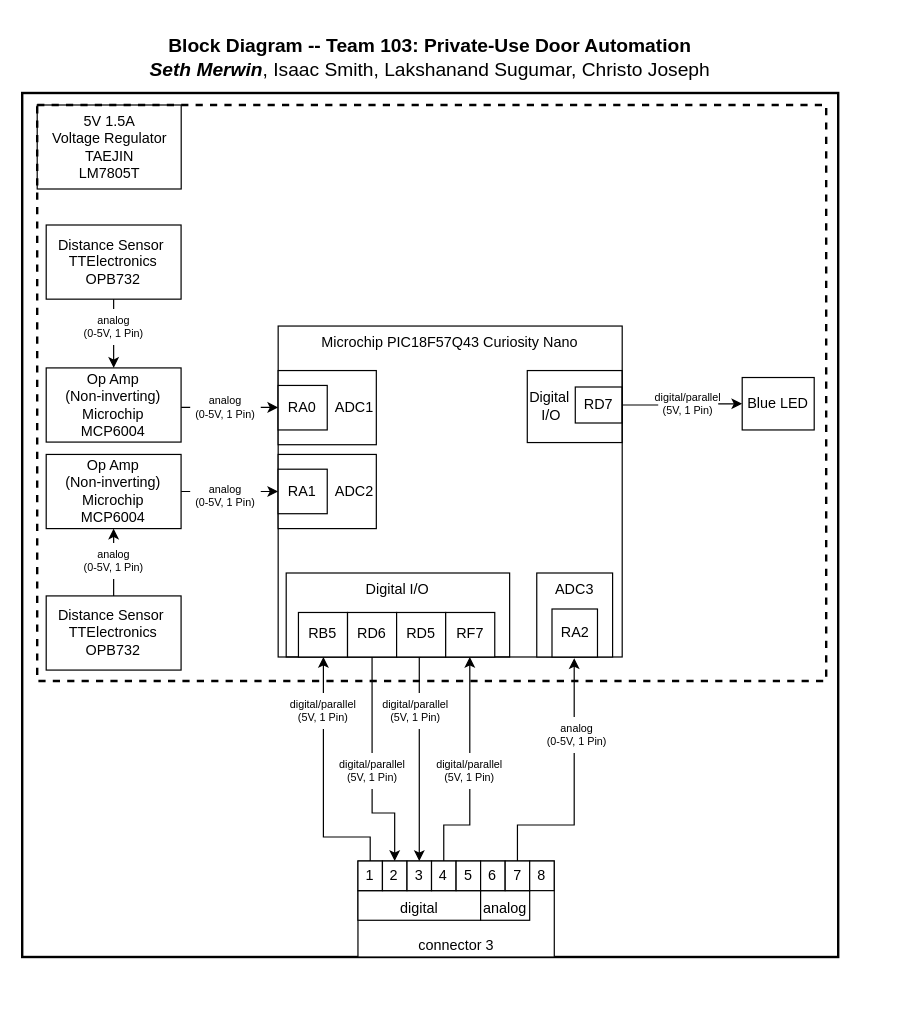
This is docs/01-Block-Diagram/Distance_Sensing Subsystem Block Diagram.drawio from samerwin1/samerwin1.github.io, a draw.io file, before an edit. Source tidied: cells renumbered, new cells numbered last; positions are measured from the earlier drawing's top-left corner, leaving out a move shared by most shapes. Both pictures are drawn from the tidied source at 120%, with x=0, y=0 at pixel (22, 20).
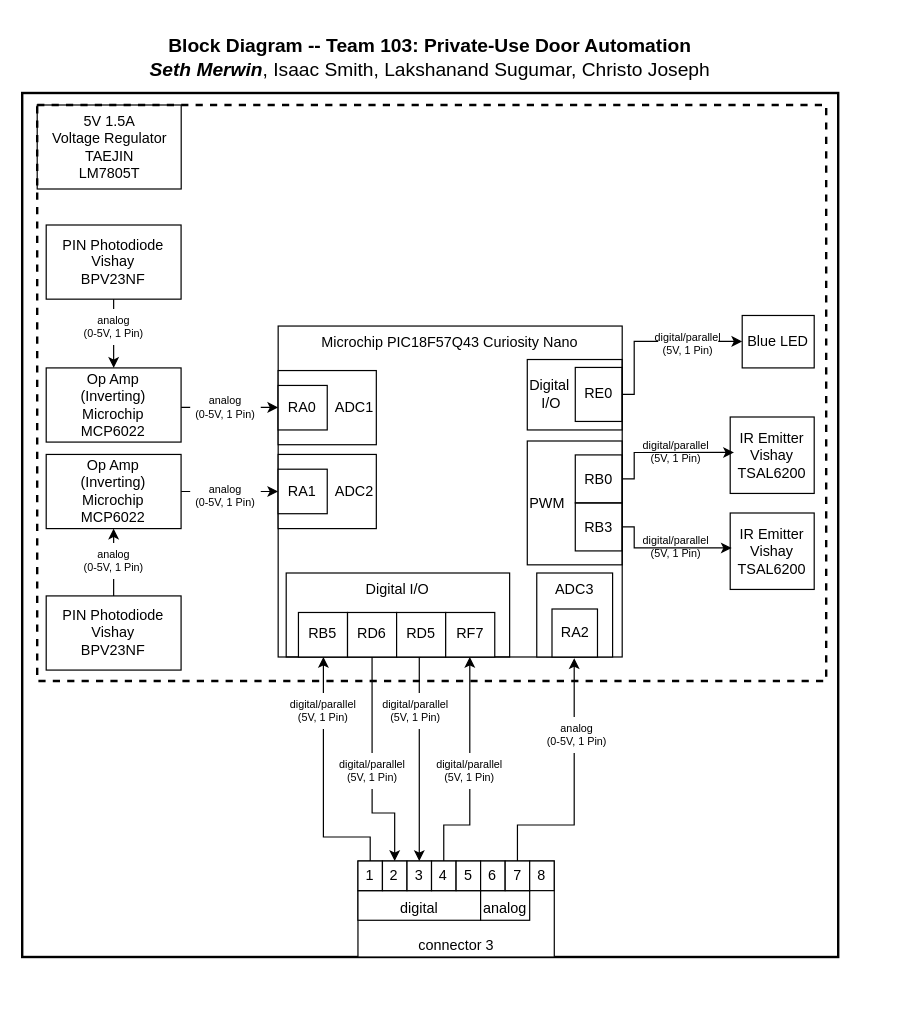
The same page after the edit.

Commit message (it also covers changes not shown here):
Updated Block Diagram due to new component selection

The change refers to these unchanged cells:
```xml
<mxCell id="4" style="group;align=center;strokeColor=none;" parent="1" vertex="1">
  <mxGeometry x="60" y="180" width="670" height="640" as="geometry" />
</mxCell>
```

What changed in the source:
```diff
@@
-    <mxCell id="17" value="&lt;div&gt;Op Amp&lt;/div&gt;&lt;div&gt;(Non-inverting)&lt;/div&gt;&lt;div&gt;Microchip&lt;/div&gt;&lt;div&gt;MCP6004&lt;/div&gt;" style="rounded=0;whiteSpace=wrap;html=1;" parent="4" vertex="1">
+    <mxCell id="17" value="&lt;div&gt;Op Amp&lt;/div&gt;&lt;div&gt;&lt;span style=&quot;background-color: transparent; color: light-dark(rgb(0, 0, 0), rgb(255, 255, 255));&quot;&gt;(Inverting)&lt;/span&gt;&lt;/div&gt;&lt;div&gt;&lt;span style=&quot;background-color: transparent; color: light-dark(rgb(0, 0, 0), rgb(255, 255, 255));&quot;&gt;Microchip&lt;/span&gt;&lt;/div&gt;&lt;div&gt;MCP6022&lt;/div&gt;" style="rounded=0;whiteSpace=wrap;html=1;" parent="4" vertex="1">
       <mxGeometry x="-40" y="109.1" width="112.4" height="61.8" as="geometry" />
     </mxCell>
@@
-    <mxCell id="33" value="&lt;div&gt;Op Amp&lt;/div&gt;&lt;div&gt;(Non-inverting)&lt;/div&gt;&lt;div&gt;&lt;div&gt;&lt;span style=&quot;background-color: light-dark(#ffffff, var(--ge-dark-color, #121212));&quot;&gt;Microchip&lt;/span&gt;&lt;/div&gt;&lt;/div&gt;&lt;div&gt;&lt;span style=&quot;background-color: light-dark(#ffffff, var(--ge-dark-color, #121212));&quot;&gt;MCP6004&lt;/span&gt;&lt;/div&gt;" style="rounded=0;whiteSpace=wrap;html=1;" parent="4" vertex="1">
+    <mxCell id="33" value="&lt;div&gt;Op Amp&lt;/div&gt;&lt;div&gt;(Inverting)&lt;/div&gt;&lt;div&gt;&lt;div&gt;&lt;span style=&quot;background-color: light-dark(#ffffff, var(--ge-dark-color, #121212));&quot;&gt;Microchip&lt;/span&gt;&lt;/div&gt;&lt;/div&gt;&lt;div&gt;&lt;span style=&quot;background-color: light-dark(#ffffff, var(--ge-dark-color, #121212));&quot;&gt;MCP6022&lt;/span&gt;&lt;/div&gt;" style="rounded=0;whiteSpace=wrap;html=1;" parent="4" vertex="1">
       <mxGeometry x="-40" y="181.2" width="112.4" height="61.8" as="geometry" />
     </mxCell>
@@
-    <mxCell id="35" value="&lt;div&gt;&lt;span style=&quot;color: light-dark(rgb(0, 0, 0), rgb(255, 255, 255)); background-color: light-dark(#ffffff, var(--ge-dark-color, #121212));&quot;&gt;Distance Sensor&amp;nbsp;&lt;/span&gt;&lt;/div&gt;&lt;div&gt;&lt;span style=&quot;color: light-dark(rgb(0, 0, 0), rgb(255, 255, 255)); background-color: light-dark(#ffffff, var(--ge-dark-color, #121212));&quot;&gt;TTElectronics&lt;/span&gt;&lt;/div&gt;&lt;div&gt;&lt;span&gt;OPB732&lt;/span&gt;&lt;/div&gt;" style="rounded=0;whiteSpace=wrap;html=1;" parent="4" vertex="1">
+    <mxCell id="35" value="&lt;div&gt;PIN Photodiode&lt;/div&gt;&lt;div&gt;Vishay&lt;/div&gt;&lt;div&gt;BPV23NF&lt;/div&gt;" style="rounded=0;whiteSpace=wrap;html=1;" parent="4" vertex="1">
       <mxGeometry x="-40" y="299.1" width="112.4" height="61.8" as="geometry" />
     </mxCell>
@@
     <mxCell id="38" value="&lt;div style=&quot;&quot;&gt;&lt;span style=&quot;background-color: transparent; color: light-dark(rgb(0, 0, 0), rgb(255, 255, 255));&quot;&gt;Digital&lt;/span&gt;&lt;/div&gt;&lt;div style=&quot;&quot;&gt;&amp;nbsp; &amp;nbsp;I/O&lt;/div&gt;" style="text;html=1;align=left;verticalAlign=middle;whiteSpace=wrap;rounded=0;strokeColor=default;" parent="4" vertex="1">
-      <mxGeometry x="360.9" y="111.3" width="79.1" height="60" as="geometry" />
+      <mxGeometry x="360.9" y="102.1" width="79.1" height="58.7" as="geometry" />
     </mxCell>
     <mxCell id="39" style="edgeStyle=orthogonalEdgeStyle;rounded=0;jettySize=auto;html=1;" parent="4" edge="1" source="40" target="41">
-      <mxGeometry relative="1" as="geometry" />
+      <mxGeometry relative="1" as="geometry">
+        <Array as="points">
+          <mxPoint x="450" y="131" />
+          <mxPoint x="450" y="87" />
+        </Array>
+      </mxGeometry>
     </mxCell>
-    <mxCell id="40" value="RD7" style="text;html=1;align=center;verticalAlign=middle;whiteSpace=wrap;rounded=0;strokeColor=default;" parent="4" vertex="1">
-      <mxGeometry x="400.9" y="125" width="39.1" height="30" as="geometry" />
+    <mxCell id="40" value="RE0" style="text;html=1;align=center;verticalAlign=middle;whiteSpace=wrap;rounded=0;strokeColor=default;" parent="4" vertex="1">
+      <mxGeometry x="400.9" y="108.7" width="39.1" height="45" as="geometry" />
     </mxCell>
     <mxCell id="41" value="Blue LED" style="text;html=1;align=center;verticalAlign=middle;whiteSpace=wrap;rounded=0;strokeColor=default;" parent="4" vertex="1">
-      <mxGeometry x="540" y="117.1" width="60" height="43.7" as="geometry" />
+      <mxGeometry x="540" y="65.4" width="60" height="43.7" as="geometry" />
     </mxCell>
@@
-    <mxCell id="44" value="&lt;div&gt;&lt;span style=&quot;color: light-dark(rgb(0, 0, 0), rgb(255, 255, 255)); background-color: light-dark(#ffffff, var(--ge-dark-color, #121212));&quot;&gt;Distance Sensor&amp;nbsp;&lt;/span&gt;&lt;/div&gt;&lt;div&gt;&lt;span style=&quot;color: light-dark(rgb(0, 0, 0), rgb(255, 255, 255)); background-color: light-dark(#ffffff, var(--ge-dark-color, #121212));&quot;&gt;TTElectronics&lt;/span&gt;&lt;/div&gt;&lt;div&gt;&lt;span&gt;OPB732&lt;/span&gt;&lt;/div&gt;" style="rounded=0;whiteSpace=wrap;html=1;" parent="4" vertex="1">
+    <mxCell id="44" value="&lt;div&gt;&lt;span style=&quot;background-color: light-dark(#ffffff, var(--ge-dark-color, #121212)); color: light-dark(rgb(0, 0, 0), rgb(255, 255, 255));&quot;&gt;PIN Photodiode&lt;/span&gt;&lt;/div&gt;&lt;div&gt;&lt;span style=&quot;background-color: light-dark(#ffffff, var(--ge-dark-color, #121212)); color: light-dark(rgb(0, 0, 0), rgb(255, 255, 255));&quot;&gt;Vishay&lt;/span&gt;&lt;/div&gt;&lt;div&gt;&lt;div&gt;BPV23NF&lt;/div&gt;&lt;/div&gt;" style="rounded=0;whiteSpace=wrap;html=1;" parent="4" vertex="1">
       <mxGeometry x="-40" y="-10" width="112.4" height="61.8" as="geometry" />
     </mxCell>
@@
     <mxCell id="46" value="digital/parallel&lt;div&gt;(5V, 1 Pin)&lt;/div&gt;" style="text;html=1;align=center;verticalAlign=middle;whiteSpace=wrap;rounded=0;fontSize=9;fillColor=default;" parent="4" vertex="1">
-      <mxGeometry x="470" y="123.7" width="50" height="30" as="geometry" />
+      <mxGeometry x="470" y="74.2" width="50" height="30" as="geometry" />
     </mxCell>
@@
+    <mxCell id="58" value="&lt;div style=&quot;&quot;&gt;PWM&lt;/div&gt;" style="text;html=1;align=left;verticalAlign=middle;whiteSpace=wrap;rounded=0;strokeColor=default;" parent="4" vertex="1">
+      <mxGeometry x="360.9" y="170" width="79.1" height="103.2" as="geometry" />
+    </mxCell>
+    <mxCell id="59" value="RB0" style="text;html=1;align=center;verticalAlign=middle;whiteSpace=wrap;rounded=0;strokeColor=default;" parent="4" vertex="1">
+      <mxGeometry x="400.9" y="181.6" width="39.1" height="40" as="geometry" />
+    </mxCell>
+    <mxCell id="60" value="RB3" style="text;html=1;align=center;verticalAlign=middle;whiteSpace=wrap;rounded=0;strokeColor=default;" parent="4" vertex="1">
+      <mxGeometry x="400.9" y="221.6" width="39.1" height="40" as="geometry" />
+    </mxCell>
+    <mxCell id="61" value="digital/parallel&lt;div&gt;(5V, 1 Pin)&lt;/div&gt;" style="text;html=1;align=center;verticalAlign=middle;whiteSpace=wrap;rounded=0;fontSize=9;fillColor=default;" parent="4" vertex="1">
+      <mxGeometry x="460" y="243.2" width="50" height="30" as="geometry" />
+    </mxCell>
+    <mxCell id="62" value="digital/parallel&lt;div&gt;(5V, 1 Pin)&lt;/div&gt;" style="text;html=1;align=center;verticalAlign=middle;whiteSpace=wrap;rounded=0;fontSize=9;fillColor=default;fillStyle=auto;" parent="4" vertex="1">
+      <mxGeometry x="460" y="163.6" width="50" height="30" as="geometry" />
+    </mxCell>
@@
+    <mxCell id="63" value="IR Emitter&lt;div&gt;Vishay&lt;/div&gt;&lt;div&gt;TSAL6200&lt;/div&gt;" style="text;html=1;align=center;verticalAlign=middle;whiteSpace=wrap;rounded=0;strokeColor=default;" parent="1" vertex="1">
+      <mxGeometry x="590" y="330" width="70" height="63.7" as="geometry" />
+    </mxCell>
+    <mxCell id="64" value="IR Emitter&lt;div&gt;Vishay&lt;/div&gt;&lt;div&gt;TSAL6200&lt;/div&gt;" style="text;html=1;align=center;verticalAlign=middle;whiteSpace=wrap;rounded=0;strokeColor=default;" parent="1" vertex="1">
+      <mxGeometry x="590" y="410" width="70" height="63.7" as="geometry" />
+    </mxCell>
+    <mxCell id="65" style="edgeStyle=orthogonalEdgeStyle;rounded=0;jettySize=auto;html=1;entryX=0.045;entryY=0.464;entryDx=0;entryDy=0;entryPerimeter=0;" parent="1" edge="1" source="59" target="63">
+      <mxGeometry relative="1" as="geometry">
+        <Array as="points">
+          <mxPoint x="510" y="382" />
+          <mxPoint x="510" y="360" />
+        </Array>
+      </mxGeometry>
+    </mxCell>
+    <mxCell id="66" style="edgeStyle=orthogonalEdgeStyle;rounded=0;jettySize=auto;html=1;exitX=1;exitY=0.5;exitDx=0;exitDy=0;entryX=0.018;entryY=0.457;entryDx=0;entryDy=0;entryPerimeter=0;" parent="1" edge="1" source="60" target="64">
+      <mxGeometry relative="1" as="geometry">
+        <Array as="points">
+          <mxPoint x="510" y="422" />
+          <mxPoint x="510" y="439" />
+        </Array>
+      </mxGeometry>
+    </mxCell>
```
